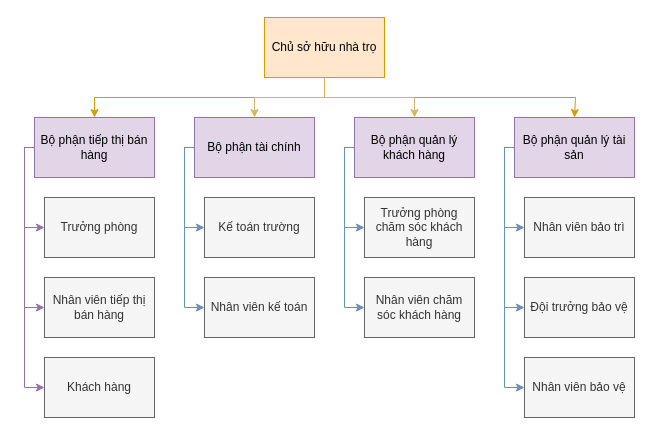
Earlier version of the draw.io diagram Phân tích thiết kế hệ thống/Tuan3/SoDoToChuc.drawio (Nguyeniris123/DH22IT01OU). Source tidied: cells renumbered, new cells numbered last; positions are measured from the earlier drawing's top-left corner, leaving out a move shared by most shapes. Both pictures are drawn from the tidied source at 100%, with x=0, y=0 at pixel (24, 17).
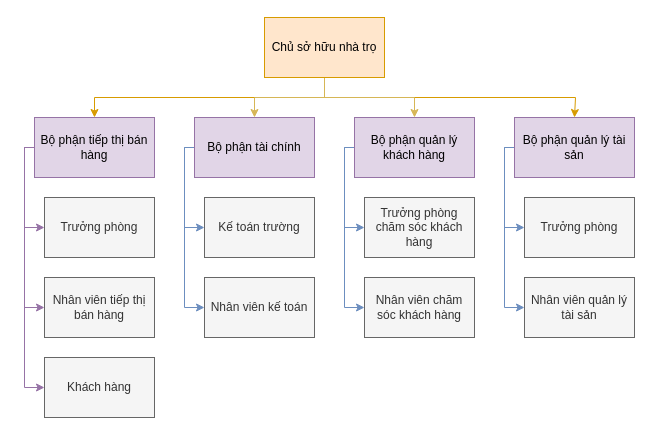
After the change.

The change refers to these unchanged cells:
```xml
<mxCell id="10" value="Bộ phận quản lý tài sản" style="rounded=0;whiteSpace=wrap;html=1;fillColor=#e1d5e7;strokeColor=#9673a6;" parent="1" vertex="1">
  <mxGeometry x="490" y="100" width="120" height="60" as="geometry" />
</mxCell>
```

Diff of the diagram source:
```diff
@@
-    <mxCell id="8" style="edgeStyle=orthogonalEdgeStyle;rounded=0;jettySize=auto;html=1;entryX=0;entryY=0.5;entryDx=0;entryDy=0;fillColor=#dae8fc;strokeColor=#6c8ebf;" parent="1" edge="1" source="10" target="16">
+    <mxCell id="8" style="edgeStyle=orthogonalEdgeStyle;rounded=0;jettySize=auto;html=1;entryX=0;entryY=0.5;entryDx=0;entryDy=0;fillColor=#dae8fc;strokeColor=#6c8ebf;" parent="1" edge="1" source="10">
       <mxGeometry relative="1" as="geometry">
+        <mxPoint x="500" y="290" as="targetPoint" />
         <Array as="points">
           <mxPoint x="480" y="130" />
           <mxPoint x="480" y="290" />
         </Array>
       </mxGeometry>
     </mxCell>
-    <mxCell id="9" style="edgeStyle=orthogonalEdgeStyle;rounded=0;jettySize=auto;html=1;entryX=0;entryY=0.5;entryDx=0;entryDy=0;fillColor=#dae8fc;strokeColor=#6c8ebf;" parent="1" edge="1" source="10" target="29">
-      <mxGeometry relative="1" as="geometry">
-        <Array as="points">
-          <mxPoint x="480" y="130" />
-          <mxPoint x="480" y="370" />
-        </Array>
-      </mxGeometry>
-    </mxCell>
@@
-    <mxCell id="11" value="Nhân viên bảo trì" style="rounded=0;whiteSpace=wrap;html=1;fillColor=#f5f5f5;fontColor=#333333;strokeColor=#666666;" parent="1" vertex="1">
+    <mxCell id="11" value="Trưởng phòng" style="rounded=0;whiteSpace=wrap;html=1;fillColor=#f5f5f5;fontColor=#333333;strokeColor=#666666;" parent="1" vertex="1">
       <mxGeometry x="500" y="180" width="110" height="60" as="geometry" />
     </mxCell>
@@
-    <mxCell id="16" value="Đội trưởng bảo vệ" style="rounded=0;whiteSpace=wrap;html=1;fillColor=#f5f5f5;fontColor=#333333;strokeColor=#666666;" parent="1" vertex="1">
-      <mxGeometry x="500" y="260" width="110" height="60" as="geometry" />
-    </mxCell>
@@
-    <mxCell id="29" value="Nhân viên bảo vệ" style="rounded=0;whiteSpace=wrap;html=1;fillColor=#f5f5f5;fontColor=#333333;strokeColor=#666666;" parent="1" vertex="1">
-      <mxGeometry x="500" y="340" width="110" height="60" as="geometry" />
-    </mxCell>
@@
+    <mxCell id="31" value="Nhân viên quản lý tài sản" style="rounded=0;whiteSpace=wrap;html=1;fillColor=#f5f5f5;strokeColor=#666666;fontColor=#333333;" parent="1" vertex="1">
+      <mxGeometry x="500" y="260" width="110" height="60" as="geometry" />
+    </mxCell>
```
